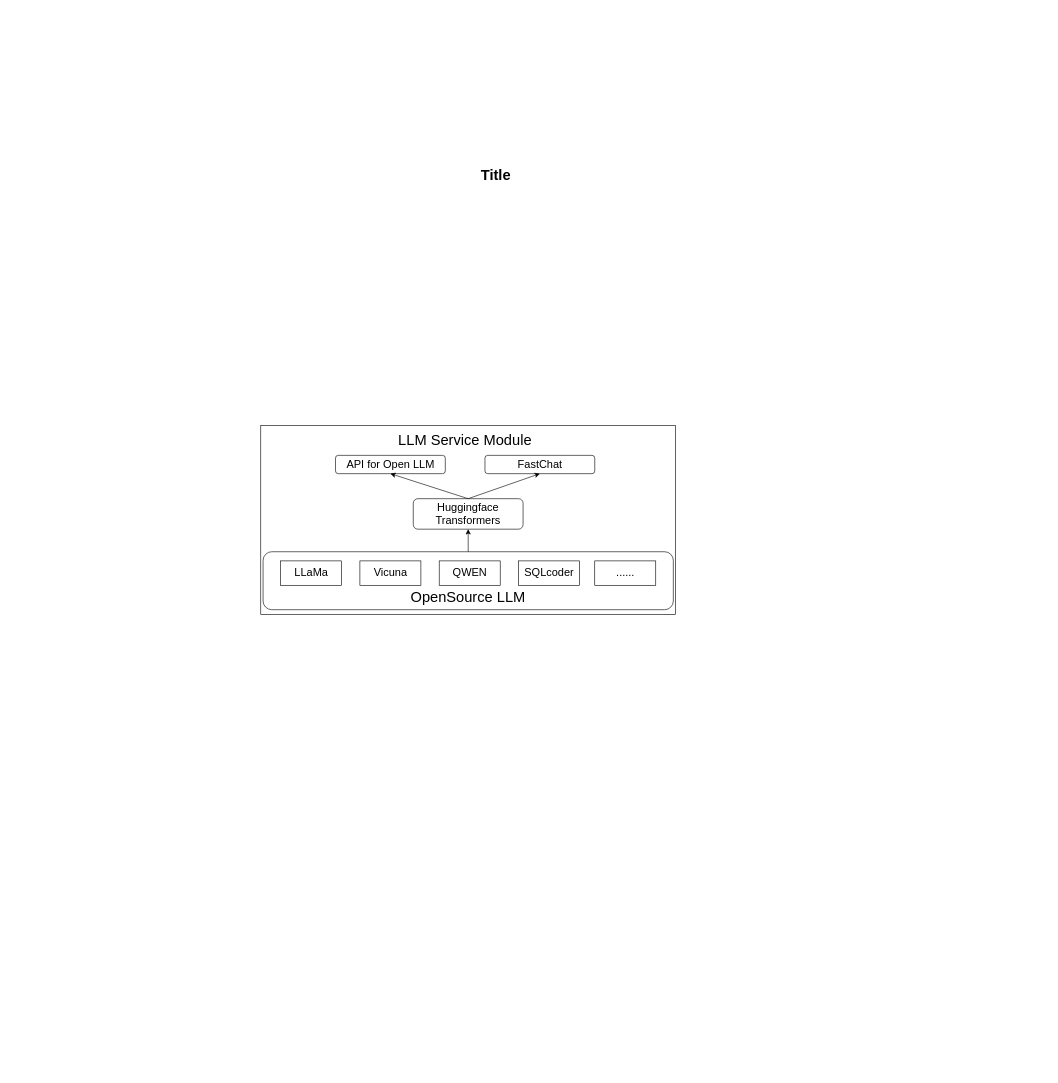
RalphKang/RalphKang.github.io keeps this draw.io diagram as Untitled Diagram.drawio. Above is the earlier version. Source tidied: cells renumbered, new cells numbered last; positions are measured from the earlier drawing's top-left corner, leaving out a move shared by most shapes. Both pictures are drawn from the tidied source at 61%, with x=0, y=0 at pixel (10, 163).
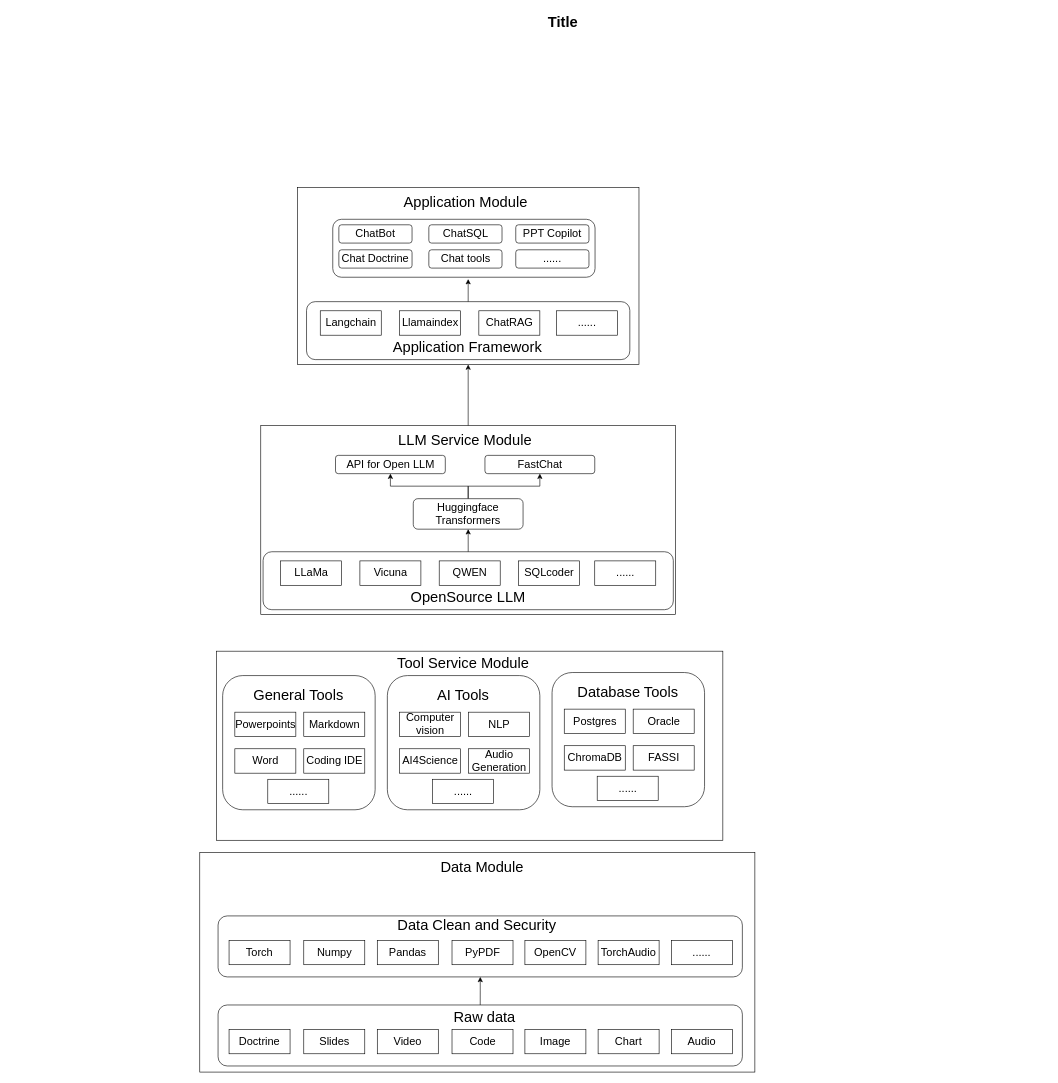
After the change.

The change refers to these unchanged cells:
```xml
<mxCell id="2" style="rounded=0;whiteSpace=wrap;html=1;" parent="1" vertex="1">
  <mxGeometry x="410" y="430" width="680" height="310" as="geometry" />
</mxCell>
<mxCell id="5" value="&lt;font style=&quot;font-size: 18px;&quot;&gt;API for Open LLM&lt;/font&gt;" style="rounded=1;whiteSpace=wrap;html=1;" parent="1" vertex="1">
  <mxGeometry x="532.5" y="479" width="180" height="30" as="geometry" />
</mxCell>
<mxCell id="6" value="&lt;font style=&quot;font-size: 18px;&quot;&gt;FastChat&lt;/font&gt;" style="rounded=1;whiteSpace=wrap;html=1;" parent="1" vertex="1">
  <mxGeometry x="777.5" y="479" width="180" height="30" as="geometry" />
</mxCell>
<mxCell id="7" value="&lt;span style=&quot;font-size: 18px;&quot;&gt;Huggingface&lt;br&gt;Transformers&lt;br&gt;&lt;/span&gt;" style="rounded=1;whiteSpace=wrap;html=1;" parent="1" vertex="1">
  <mxGeometry x="660" y="550" width="180" height="50" as="geometry" />
</mxCell>
```

Change to the diagram source:
```diff
@@
+    <mxCell id="18" style="rounded=0;whiteSpace=wrap;html=1;" parent="1" vertex="1">
+      <mxGeometry x="310" y="1130" width="910" height="360" as="geometry" />
+    </mxCell>
+    <mxCell id="19" style="edgeStyle=orthogonalEdgeStyle;rounded=0;jettySize=auto;html=1;exitX=0.5;exitY=0;exitDx=0;exitDy=0;" parent="1" edge="1" source="20" target="70">
+      <mxGeometry relative="1" as="geometry" />
+    </mxCell>
+    <mxCell id="20" style="rounded=1;whiteSpace=wrap;html=1;" parent="1" vertex="1">
+      <mxGeometry x="340" y="1380" width="859.5" height="100" as="geometry" />
+    </mxCell>
+    <mxCell id="21" style="rounded=0;whiteSpace=wrap;html=1;" parent="1" vertex="1">
+      <mxGeometry x="337.5" y="800" width="830" height="310" as="geometry" />
+    </mxCell>
+    <mxCell id="22" style="rounded=1;whiteSpace=wrap;html=1;" parent="1" vertex="1">
+      <mxGeometry x="347.5" y="840" width="250" height="220" as="geometry" />
+    </mxCell>
+    <mxCell id="23" style="rounded=0;whiteSpace=wrap;html=1;" parent="1" vertex="1">
+      <mxGeometry x="470" y="40" width="560" height="290" as="geometry" />
+    </mxCell>
+    <mxCell id="24" style="rounded=1;whiteSpace=wrap;html=1;" parent="1" vertex="1">
+      <mxGeometry x="528" y="92" width="430" height="95" as="geometry" />
+    </mxCell>
@@
     <mxCell id="4" value="Title" style="text;strokeColor=none;fillColor=none;html=1;fontSize=24;fontStyle=1;verticalAlign=middle;align=center;" parent="1" vertex="1">
-      <mxGeometry width="1590" height="40" as="geometry" />
+      <mxGeometry x="110" y="-250" width="1590" height="40" as="geometry" />
     </mxCell>
@@
+    <mxCell id="15" style="edgeStyle=orthogonalEdgeStyle;rounded=0;jettySize=auto;html=1;exitX=0.5;exitY=0;exitDx=0;exitDy=0;" parent="1" edge="1" source="7" target="5">
+      <mxGeometry relative="1" as="geometry" />
+    </mxCell>
+    <mxCell id="16" style="edgeStyle=orthogonalEdgeStyle;rounded=0;jettySize=auto;html=1;exitX=0.5;exitY=0;exitDx=0;exitDy=0;" parent="1" edge="1" source="7" target="6">
+      <mxGeometry relative="1" as="geometry" />
+    </mxCell>
@@
-    <mxCell id="15" style="endArrow=classic;html=1;rounded=0;exitX=0.5;exitY=0;exitDx=0;exitDy=0;entryX=0.5;entryY=1;entryDx=0;entryDy=0;" parent="1" edge="1" source="7" target="5">
-      <mxGeometry relative="1" as="geometry" />
-    </mxCell>
-    <mxCell id="16" style="endArrow=classic;html=1;rounded=0;exitX=0.5;exitY=0;exitDx=0;exitDy=0;entryX=0.5;entryY=1;entryDx=0;entryDy=0;" parent="1" edge="1" source="7" target="6">
-      <mxGeometry relative="1" as="geometry" />
-    </mxCell>
+    <mxCell id="25" style="edgeStyle=orthogonalEdgeStyle;rounded=0;jettySize=auto;html=1;entryX=0.5;entryY=1;entryDx=0;entryDy=0;exitX=0.5;exitY=0;exitDx=0;exitDy=0;" parent="1" edge="1" source="2" target="23">
+      <mxGeometry relative="1" as="geometry" />
+    </mxCell>
@@
+    <mxCell id="26" style="rounded=1;whiteSpace=wrap;html=1;" parent="1" vertex="1">
+      <mxGeometry x="485" y="227" width="530" height="95" as="geometry" />
+    </mxCell>
+    <mxCell id="27" value="&lt;font style=&quot;font-size: 18px;&quot;&gt;ChatBot&lt;/font&gt;" style="rounded=1;whiteSpace=wrap;html=1;" parent="1" vertex="1">
+      <mxGeometry x="538" y="101" width="120" height="30" as="geometry" />
+    </mxCell>
+    <mxCell id="28" value="&lt;font style=&quot;font-size: 18px;&quot;&gt;Langchain&lt;/font&gt;" style="rounded=0;whiteSpace=wrap;html=1;" parent="1" vertex="1">
+      <mxGeometry x="507.5" y="242" width="100" height="40" as="geometry" />
+    </mxCell>
+    <mxCell id="29" value="&lt;font style=&quot;font-size: 18px;&quot;&gt;Llamaindex&lt;/font&gt;" style="rounded=0;whiteSpace=wrap;html=1;" parent="1" vertex="1">
+      <mxGeometry x="637.5" y="242" width="100" height="40" as="geometry" />
+    </mxCell>
+    <mxCell id="30" value="&lt;span style=&quot;font-size: 18px;&quot;&gt;ChatRAG&lt;/span&gt;" style="rounded=0;whiteSpace=wrap;html=1;" parent="1" vertex="1">
+      <mxGeometry x="767.5" y="242" width="100" height="40" as="geometry" />
+    </mxCell>
+    <mxCell id="31" value="&lt;span style=&quot;font-size: 18px;&quot;&gt;......&lt;/span&gt;" style="rounded=0;whiteSpace=wrap;html=1;" parent="1" vertex="1">
+      <mxGeometry x="895" y="242" width="100" height="40" as="geometry" />
+    </mxCell>
+    <mxCell id="32" value="&lt;span style=&quot;font-size: 24px;&quot;&gt;Application Framework&lt;/span&gt;" style="text;html=1;strokeColor=none;fillColor=none;align=center;verticalAlign=middle;whiteSpace=wrap;rounded=0;" parent="1" vertex="1">
+      <mxGeometry x="614" y="292" width="270" height="20" as="geometry" />
+    </mxCell>
+    <mxCell id="33" style="endArrow=classic;html=1;rounded=0;entryX=0.5;entryY=1;entryDx=0;entryDy=0;exitX=0.5;exitY=0;exitDx=0;exitDy=0;" parent="1" edge="1" source="26">
+      <mxGeometry relative="1" as="geometry">
+        <mxPoint x="750" y="190" as="targetPoint" />
+      </mxGeometry>
+    </mxCell>
+    <mxCell id="34" value="&lt;font style=&quot;font-size: 24px;&quot;&gt;Application Module&lt;/font&gt;" style="text;html=1;strokeColor=none;fillColor=none;align=center;verticalAlign=middle;whiteSpace=wrap;rounded=0;" parent="1" vertex="1">
+      <mxGeometry x="610.5" y="50" width="270" height="30" as="geometry" />
+    </mxCell>
+    <mxCell id="35" value="&lt;font style=&quot;font-size: 18px;&quot;&gt;ChatSQL&lt;/font&gt;" style="rounded=1;whiteSpace=wrap;html=1;" parent="1" vertex="1">
+      <mxGeometry x="685.5" y="101" width="120" height="30" as="geometry" />
+    </mxCell>
+    <mxCell id="36" value="&lt;font style=&quot;font-size: 18px;&quot;&gt;PPT Copilot&lt;/font&gt;" style="rounded=1;whiteSpace=wrap;html=1;" parent="1" vertex="1">
+      <mxGeometry x="828" y="101" width="120" height="30" as="geometry" />
+    </mxCell>
+    <mxCell id="37" value="&lt;font style=&quot;font-size: 18px;&quot;&gt;Chat Doctrine&lt;/font&gt;" style="rounded=1;whiteSpace=wrap;html=1;" parent="1" vertex="1">
+      <mxGeometry x="538" y="142" width="120" height="30" as="geometry" />
+    </mxCell>
+    <mxCell id="38" value="&lt;span style=&quot;font-size: 18px;&quot;&gt;Chat tools&lt;/span&gt;" style="rounded=1;whiteSpace=wrap;html=1;" parent="1" vertex="1">
+      <mxGeometry x="685.5" y="142" width="120" height="30" as="geometry" />
+    </mxCell>
+    <mxCell id="39" value="&lt;span style=&quot;font-size: 18px;&quot;&gt;......&lt;/span&gt;" style="rounded=1;whiteSpace=wrap;html=1;" parent="1" vertex="1">
+      <mxGeometry x="828" y="142" width="120" height="30" as="geometry" />
+    </mxCell>
+    <mxCell id="40" value="&lt;font style=&quot;font-size: 18px;&quot;&gt;Powerpoints&lt;/font&gt;" style="rounded=0;whiteSpace=wrap;html=1;" parent="1" vertex="1">
+      <mxGeometry x="367.5" y="900" width="100" height="40" as="geometry" />
+    </mxCell>
+    <mxCell id="41" value="&lt;span style=&quot;font-size: 24px;&quot;&gt;Tool Service Module&lt;/span&gt;" style="text;html=1;strokeColor=none;fillColor=none;align=center;verticalAlign=middle;whiteSpace=wrap;rounded=0;" parent="1" vertex="1">
+      <mxGeometry x="606.5" y="805" width="270" height="30" as="geometry" />
+    </mxCell>
+    <mxCell id="42" value="&lt;font style=&quot;font-size: 18px;&quot;&gt;Markdown&lt;/font&gt;" style="rounded=0;whiteSpace=wrap;html=1;" parent="1" vertex="1">
+      <mxGeometry x="480.5" y="900" width="100" height="40" as="geometry" />
+    </mxCell>
+    <mxCell id="43" value="&lt;font style=&quot;font-size: 18px;&quot;&gt;Coding IDE&lt;/font&gt;" style="rounded=0;whiteSpace=wrap;html=1;" parent="1" vertex="1">
+      <mxGeometry x="480.5" y="960" width="100" height="40" as="geometry" />
+    </mxCell>
+    <mxCell id="44" value="&lt;span style=&quot;font-size: 18px;&quot;&gt;Word&lt;/span&gt;" style="rounded=0;whiteSpace=wrap;html=1;" parent="1" vertex="1">
+      <mxGeometry x="367.5" y="960" width="100" height="40" as="geometry" />
+    </mxCell>
+    <mxCell id="45" value="&lt;span style=&quot;font-size: 18px;&quot;&gt;......&lt;/span&gt;" style="rounded=0;whiteSpace=wrap;html=1;" parent="1" vertex="1">
+      <mxGeometry x="421.5" y="1010" width="100" height="40" as="geometry" />
+    </mxCell>
+    <mxCell id="46" value="&lt;font style=&quot;font-size: 24px;&quot;&gt;General Tools&lt;/font&gt;" style="text;html=1;strokeColor=none;fillColor=none;align=center;verticalAlign=middle;whiteSpace=wrap;rounded=0;" parent="1" vertex="1">
+      <mxGeometry x="378.5" y="858" width="186" height="30" as="geometry" />
+    </mxCell>
+    <mxCell id="47" style="rounded=1;whiteSpace=wrap;html=1;" parent="1" vertex="1">
+      <mxGeometry x="617.5" y="840" width="250" height="220" as="geometry" />
+    </mxCell>
+    <mxCell id="48" value="&lt;span style=&quot;font-size: 18px;&quot;&gt;Computer vision&lt;/span&gt;" style="rounded=0;whiteSpace=wrap;html=1;" parent="1" vertex="1">
+      <mxGeometry x="637.5" y="900" width="100" height="40" as="geometry" />
+    </mxCell>
+    <mxCell id="49" value="&lt;font style=&quot;font-size: 18px;&quot;&gt;NLP&lt;/font&gt;" style="rounded=0;whiteSpace=wrap;html=1;" parent="1" vertex="1">
+      <mxGeometry x="750.5" y="900" width="100" height="40" as="geometry" />
+    </mxCell>
+    <mxCell id="50" value="&lt;font style=&quot;font-size: 18px;&quot;&gt;Audio Generation&lt;/font&gt;" style="rounded=0;whiteSpace=wrap;html=1;" parent="1" vertex="1">
+      <mxGeometry x="750.5" y="960" width="100" height="40" as="geometry" />
+    </mxCell>
+    <mxCell id="51" value="&lt;span style=&quot;font-size: 18px;&quot;&gt;AI4Science&lt;/span&gt;" style="rounded=0;whiteSpace=wrap;html=1;" parent="1" vertex="1">
+      <mxGeometry x="637.5" y="960" width="100" height="40" as="geometry" />
+    </mxCell>
+    <mxCell id="52" value="&lt;span style=&quot;font-size: 18px;&quot;&gt;......&lt;/span&gt;" style="rounded=0;whiteSpace=wrap;html=1;" parent="1" vertex="1">
+      <mxGeometry x="691.5" y="1010" width="100" height="40" as="geometry" />
+    </mxCell>
+    <mxCell id="53" value="&lt;font style=&quot;font-size: 24px;&quot;&gt;AI Tools&lt;/font&gt;" style="text;html=1;strokeColor=none;fillColor=none;align=center;verticalAlign=middle;whiteSpace=wrap;rounded=0;" parent="1" vertex="1">
+      <mxGeometry x="648.5" y="858" width="186" height="30" as="geometry" />
+    </mxCell>
+    <mxCell id="54" style="rounded=1;whiteSpace=wrap;html=1;" parent="1" vertex="1">
+      <mxGeometry x="887.5" y="835" width="250" height="220" as="geometry" />
+    </mxCell>
+    <mxCell id="55" value="&lt;span style=&quot;font-size: 18px;&quot;&gt;Postgres&lt;/span&gt;" style="rounded=0;whiteSpace=wrap;html=1;" parent="1" vertex="1">
+      <mxGeometry x="907.5" y="895" width="100" height="40" as="geometry" />
+    </mxCell>
+    <mxCell id="56" value="&lt;span style=&quot;font-size: 18px;&quot;&gt;Oracle&lt;/span&gt;" style="rounded=0;whiteSpace=wrap;html=1;" parent="1" vertex="1">
+      <mxGeometry x="1020.5" y="895" width="100" height="40" as="geometry" />
+    </mxCell>
+    <mxCell id="57" value="&lt;span style=&quot;font-size: 18px;&quot;&gt;FASSI&lt;/span&gt;" style="rounded=0;whiteSpace=wrap;html=1;" parent="1" vertex="1">
+      <mxGeometry x="1020.5" y="955" width="100" height="40" as="geometry" />
+    </mxCell>
+    <mxCell id="58" value="&lt;span style=&quot;font-size: 18px;&quot;&gt;ChromaDB&lt;/span&gt;" style="rounded=0;whiteSpace=wrap;html=1;" parent="1" vertex="1">
+      <mxGeometry x="907.5" y="955" width="100" height="40" as="geometry" />
+    </mxCell>
+    <mxCell id="59" value="&lt;span style=&quot;font-size: 18px;&quot;&gt;......&lt;/span&gt;" style="rounded=0;whiteSpace=wrap;html=1;" parent="1" vertex="1">
+      <mxGeometry x="961.5" y="1005" width="100" height="40" as="geometry" />
+    </mxCell>
+    <mxCell id="60" value="&lt;font style=&quot;font-size: 24px;&quot;&gt;Database Tools&lt;/font&gt;" style="text;html=1;strokeColor=none;fillColor=none;align=center;verticalAlign=middle;whiteSpace=wrap;rounded=0;" parent="1" vertex="1">
+      <mxGeometry x="918.5" y="853" width="186" height="30" as="geometry" />
+    </mxCell>
+    <mxCell id="61" value="&lt;font style=&quot;font-size: 24px;&quot;&gt;Data Module&lt;/font&gt;" style="text;html=1;strokeColor=none;fillColor=none;align=center;verticalAlign=middle;whiteSpace=wrap;rounded=0;" parent="1" vertex="1">
+      <mxGeometry x="637.5" y="1140" width="270" height="30" as="geometry" />
+    </mxCell>
+    <mxCell id="62" value="&lt;span style=&quot;font-size: 18px;&quot;&gt;Doctrine&lt;/span&gt;" style="rounded=0;whiteSpace=wrap;html=1;" parent="1" vertex="1">
+      <mxGeometry x="358" y="1420" width="100" height="40" as="geometry" />
+    </mxCell>
+    <mxCell id="63" value="&lt;span style=&quot;font-size: 18px;&quot;&gt;Slides&lt;/span&gt;" style="rounded=0;whiteSpace=wrap;html=1;" parent="1" vertex="1">
+      <mxGeometry x="480.5" y="1420" width="100" height="40" as="geometry" />
+    </mxCell>
+    <mxCell id="64" value="&lt;span style=&quot;font-size: 18px;&quot;&gt;Video&lt;/span&gt;" style="rounded=0;whiteSpace=wrap;html=1;" parent="1" vertex="1">
+      <mxGeometry x="601" y="1420" width="100" height="40" as="geometry" />
+    </mxCell>
+    <mxCell id="65" value="&lt;span style=&quot;font-size: 18px;&quot;&gt;Code&lt;/span&gt;" style="rounded=0;whiteSpace=wrap;html=1;" parent="1" vertex="1">
+      <mxGeometry x="723.5" y="1420" width="100" height="40" as="geometry" />
+    </mxCell>
+    <mxCell id="66" value="&lt;span style=&quot;font-size: 18px;&quot;&gt;Image&lt;/span&gt;" style="rounded=0;whiteSpace=wrap;html=1;" parent="1" vertex="1">
+      <mxGeometry x="843" y="1420" width="100" height="40" as="geometry" />
+    </mxCell>
+    <mxCell id="67" value="&lt;span style=&quot;font-size: 18px;&quot;&gt;Chart&lt;/span&gt;" style="rounded=0;whiteSpace=wrap;html=1;" parent="1" vertex="1">
+      <mxGeometry x="963" y="1420" width="100" height="40" as="geometry" />
+    </mxCell>
+    <mxCell id="68" value="&lt;span style=&quot;font-size: 18px;&quot;&gt;Audio&lt;/span&gt;" style="rounded=0;whiteSpace=wrap;html=1;" parent="1" vertex="1">
+      <mxGeometry x="1083" y="1420" width="100" height="40" as="geometry" />
+    </mxCell>
+    <mxCell id="69" value="&lt;font style=&quot;font-size: 24px;&quot;&gt;Raw data&lt;/font&gt;" style="text;html=1;strokeColor=none;fillColor=none;align=center;verticalAlign=middle;whiteSpace=wrap;rounded=0;" parent="1" vertex="1">
+      <mxGeometry x="713.5" y="1385" width="126" height="30" as="geometry" />
+    </mxCell>
+    <mxCell id="70" style="rounded=1;whiteSpace=wrap;html=1;" parent="1" vertex="1">
+      <mxGeometry x="340" y="1234" width="859.5" height="100" as="geometry" />
+    </mxCell>
+    <mxCell id="71" value="&lt;span style=&quot;font-size: 18px;&quot;&gt;Torch&lt;/span&gt;" style="rounded=0;whiteSpace=wrap;html=1;" parent="1" vertex="1">
+      <mxGeometry x="358" y="1274" width="100" height="40" as="geometry" />
+    </mxCell>
+    <mxCell id="72" value="&lt;span style=&quot;font-size: 18px;&quot;&gt;Numpy&lt;/span&gt;" style="rounded=0;whiteSpace=wrap;html=1;" parent="1" vertex="1">
+      <mxGeometry x="480.5" y="1274" width="100" height="40" as="geometry" />
+    </mxCell>
+    <mxCell id="73" value="&lt;span style=&quot;font-size: 18px;&quot;&gt;Pandas&lt;/span&gt;" style="rounded=0;whiteSpace=wrap;html=1;" parent="1" vertex="1">
+      <mxGeometry x="601" y="1274" width="100" height="40" as="geometry" />
+    </mxCell>
+    <mxCell id="74" value="&lt;span style=&quot;font-size: 18px;&quot;&gt;PyPDF&lt;/span&gt;" style="rounded=0;whiteSpace=wrap;html=1;" parent="1" vertex="1">
+      <mxGeometry x="723.5" y="1274" width="100" height="40" as="geometry" />
+    </mxCell>
+    <mxCell id="75" value="&lt;span style=&quot;font-size: 18px;&quot;&gt;OpenCV&lt;/span&gt;" style="rounded=0;whiteSpace=wrap;html=1;" parent="1" vertex="1">
+      <mxGeometry x="843" y="1274" width="100" height="40" as="geometry" />
+    </mxCell>
+    <mxCell id="76" value="&lt;span style=&quot;font-size: 18px;&quot;&gt;TorchAudio&lt;/span&gt;" style="rounded=0;whiteSpace=wrap;html=1;" parent="1" vertex="1">
+      <mxGeometry x="963" y="1274" width="100" height="40" as="geometry" />
+    </mxCell>
+    <mxCell id="77" value="&lt;span style=&quot;font-size: 18px;&quot;&gt;......&lt;/span&gt;" style="rounded=0;whiteSpace=wrap;html=1;" parent="1" vertex="1">
+      <mxGeometry x="1083" y="1274" width="100" height="40" as="geometry" />
+    </mxCell>
+    <mxCell id="78" value="&lt;font style=&quot;font-size: 24px;&quot;&gt;Data Clean and Security&lt;/font&gt;" style="text;html=1;strokeColor=none;fillColor=none;align=center;verticalAlign=middle;whiteSpace=wrap;rounded=0;" parent="1" vertex="1">
+      <mxGeometry x="631" y="1234" width="266.5" height="30" as="geometry" />
+    </mxCell>
```
